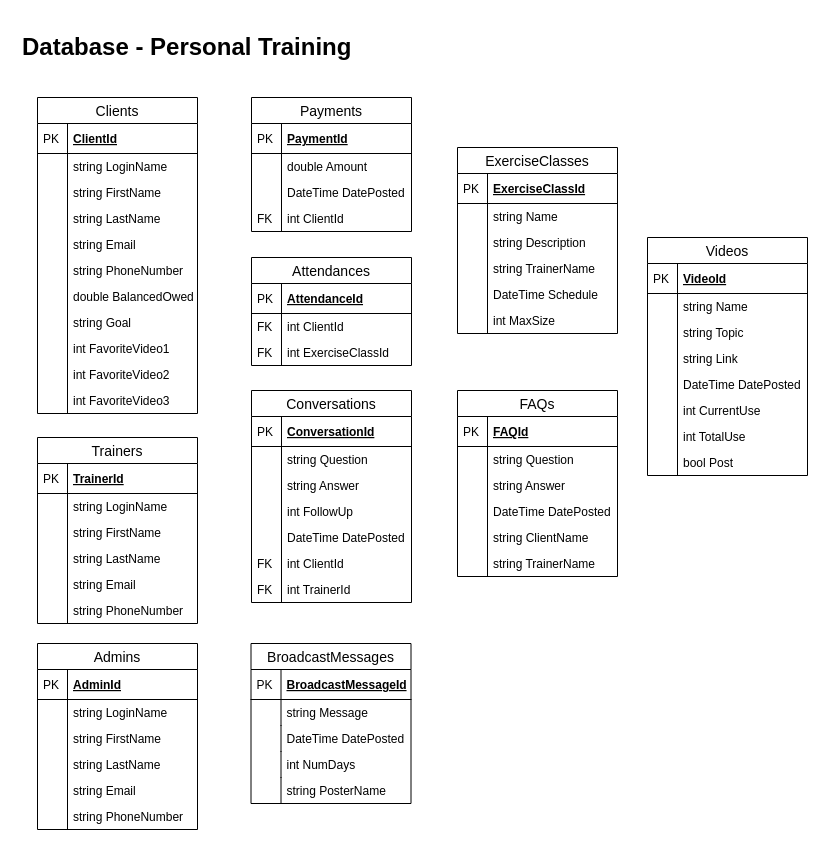
The draw.io diagram page "Database" (2 of 3) of Documentation/EntityRelationshipDiagram.drawio in Randall-Gray/PersonalTraining, before the edit. Source tidied: cells renumbered, new cells numbered last; positions are measured from the earlier drawing's top-left corner, leaving out a move shared by most shapes. Both pictures are drawn from the tidied source at 100%, with x=0, y=0 at pixel (17, 27).
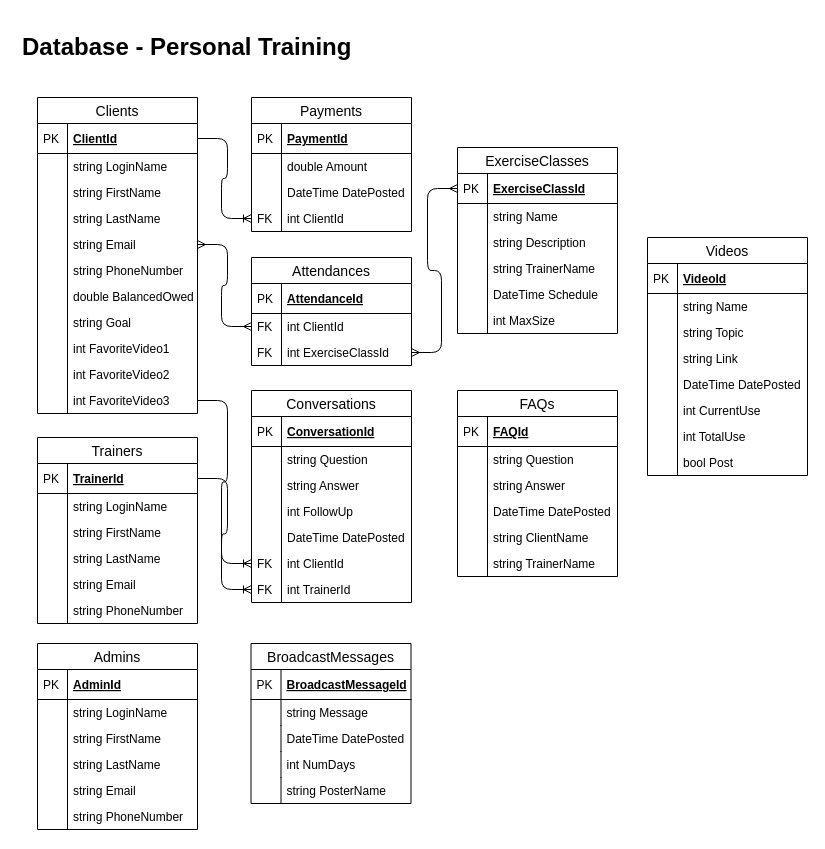
Above is the later version.

Commit message (it also covers changes not shown here):
Initial migration. ERD diagram complete.

The change refers to these unchanged cells:
```xml
<mxCell id="4" value="ClientId" style="shape=partialRectangle;top=0;left=0;right=0;bottom=1;align=left;verticalAlign=middle;fillColor=none;spacingLeft=34;spacingRight=4;overflow=hidden;points=[[0,0.5],[1,0.5]];portConstraint=eastwest;fontStyle=5;fontSize=12;" parent="3" vertex="1">
  <mxGeometry y="26" width="160" height="30" as="geometry" />
</mxCell>
<mxCell id="12" value="string Email" style="shape=partialRectangle;top=0;left=0;right=0;bottom=0;align=left;verticalAlign=top;fillColor=none;spacingLeft=34;spacingRight=4;overflow=hidden;points=[[0,0.5],[1,0.5]];portConstraint=eastwest;fontSize=12;" parent="3" vertex="1">
  <mxGeometry y="134" width="160" height="26" as="geometry" />
</mxCell>
<mxCell id="24" value="int FavoriteVideo3" style="shape=partialRectangle;top=0;left=0;right=0;bottom=0;align=left;verticalAlign=top;fillColor=none;spacingLeft=34;spacingRight=4;overflow=hidden;points=[[0,0.5],[1,0.5]];portConstraint=eastwest;fontSize=12;" parent="3" vertex="1">
  <mxGeometry y="290" width="160" height="26" as="geometry" />
</mxCell>
<mxCell id="33" value="int ClientId" style="shape=partialRectangle;top=0;left=0;right=0;bottom=0;align=left;verticalAlign=top;fillColor=none;spacingLeft=34;spacingRight=4;overflow=hidden;points=[[0,0.5],[1,0.5]];portConstraint=eastwest;fontSize=12;" parent="26" vertex="1">
  <mxGeometry y="108" width="160" height="26" as="geometry" />
</mxCell>
<mxCell id="38" value="int ClientId" style="shape=partialRectangle;top=0;left=0;right=0;bottom=0;align=left;verticalAlign=top;fillColor=none;spacingLeft=34;spacingRight=4;overflow=hidden;points=[[0,0.5],[1,0.5]];portConstraint=eastwest;fontSize=12;" parent="35" vertex="1">
  <mxGeometry y="56" width="160" height="26" as="geometry" />
</mxCell>
<mxCell id="40" value="int ExerciseClassId" style="shape=partialRectangle;top=0;left=0;right=0;bottom=0;align=left;verticalAlign=top;fillColor=none;spacingLeft=34;spacingRight=4;overflow=hidden;points=[[0,0.5],[1,0.5]];portConstraint=eastwest;fontSize=12;" parent="35" vertex="1">
  <mxGeometry y="82" width="160" height="26" as="geometry" />
</mxCell>
<mxCell id="96" value="int ClientId" style="shape=partialRectangle;top=0;left=0;right=0;bottom=0;align=left;verticalAlign=top;fillColor=none;spacingLeft=34;spacingRight=4;overflow=hidden;points=[[0,0.5],[1,0.5]];portConstraint=eastwest;fontSize=12;" parent="85" vertex="1">
  <mxGeometry y="160" width="160" height="26" as="geometry" />
</mxCell>
<mxCell id="98" value="int TrainerId" style="shape=partialRectangle;top=0;left=0;right=0;bottom=0;align=left;verticalAlign=top;fillColor=none;spacingLeft=34;spacingRight=4;overflow=hidden;points=[[0,0.5],[1,0.5]];portConstraint=eastwest;fontSize=12;" parent="85" vertex="1">
  <mxGeometry y="186" width="160" height="26" as="geometry" />
</mxCell>
<mxCell id="112" value="ExerciseClassId" style="shape=partialRectangle;top=0;left=0;right=0;bottom=1;align=left;verticalAlign=middle;fillColor=none;spacingLeft=34;spacingRight=4;overflow=hidden;points=[[0,0.5],[1,0.5]];portConstraint=eastwest;fontStyle=5;fontSize=12;" parent="111" vertex="1">
  <mxGeometry y="26" width="160" height="30" as="geometry" />
</mxCell>
```

The edit, as a diff of the source:
```diff
@@
+    <mxCell id="137" style="edgeStyle=entityRelationEdgeStyle;fontSize=12;html=1;endArrow=ERoneToMany;exitX=1;exitY=0.5;exitDx=0;exitDy=0;entryX=0;entryY=0.5;entryDx=0;entryDy=0;" parent="1" edge="1" source="4" target="33">
+      <mxGeometry relative="1" as="geometry" />
+    </mxCell>
+    <mxCell id="138" style="edgeStyle=entityRelationEdgeStyle;fontSize=12;html=1;endArrow=ERoneToMany;entryX=0;entryY=0.5;entryDx=0;entryDy=0;exitX=1;exitY=0.5;exitDx=0;exitDy=0;" parent="1" edge="1" source="24" target="96">
+      <mxGeometry relative="1" as="geometry" />
+    </mxCell>
+    <mxCell id="139" style="edgeStyle=entityRelationEdgeStyle;fontSize=12;html=1;endArrow=ERoneToMany;entryX=0;entryY=0.5;entryDx=0;entryDy=0;" parent="1" edge="1" target="98">
+      <mxGeometry relative="1" as="geometry">
+        <mxPoint x="180" y="451" as="sourcePoint" />
+      </mxGeometry>
+    </mxCell>
+    <mxCell id="140" style="edgeStyle=entityRelationEdgeStyle;fontSize=12;html=1;endArrow=ERmany;startArrow=ERmany;exitX=1;exitY=0.5;exitDx=0;exitDy=0;entryX=0;entryY=0.5;entryDx=0;entryDy=0;" parent="1" edge="1" source="12" target="38">
+      <mxGeometry relative="1" as="geometry" />
+    </mxCell>
+    <mxCell id="141" style="edgeStyle=entityRelationEdgeStyle;fontSize=12;html=1;endArrow=ERmany;startArrow=ERmany;exitX=1;exitY=0.5;exitDx=0;exitDy=0;entryX=0;entryY=0.5;entryDx=0;entryDy=0;" parent="1" edge="1" source="40" target="112">
+      <mxGeometry relative="1" as="geometry" />
+    </mxCell>
```
